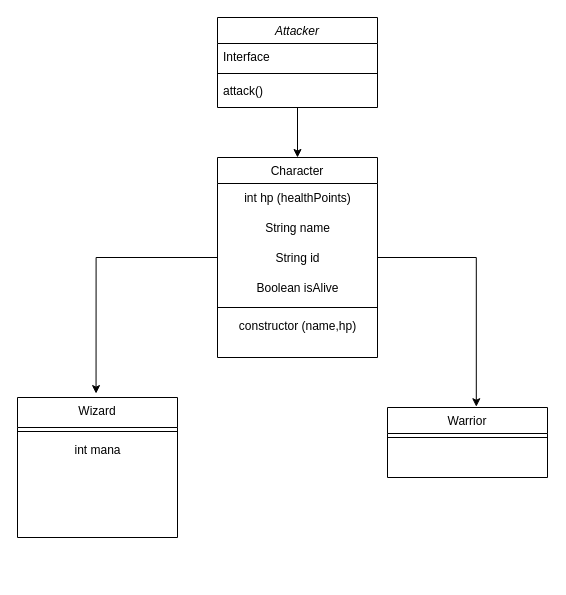
Earlier version of the draw.io diagram iron-battle.drawio (ironhack-labs/homework-java-ironbattle). Source tidied: cells renumbered, new cells numbered last; positions are measured from the earlier drawing's top-left corner, leaving out a move shared by most shapes. Both pictures are drawn from the tidied source at 100%, with x=0, y=0 at pixel (17, 17).
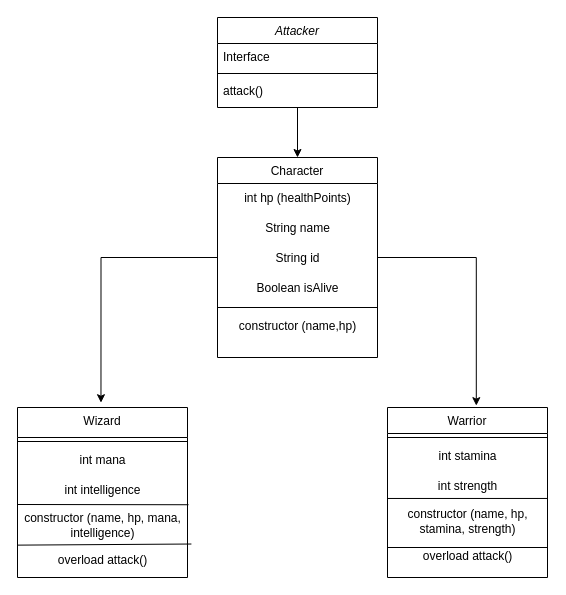
The same page after the edit.

What changed in the source:
```diff
@@
     <mxCell id="7" value="Wizard" style="swimlane;fontStyle=0;align=center;verticalAlign=top;horizontal=1;startSize=30;rounded=0;shadow=0;strokeWidth=1;" parent="1" vertex="1">
-      <mxGeometry y="380" width="160" height="140" as="geometry" />
+      <mxGeometry y="390" width="170" height="170" as="geometry" />
     </mxCell>
     <mxCell id="8" style="line;html=1;strokeWidth=1;align=left;verticalAlign=middle;spacingTop=-1;spacingLeft=3;spacingRight=3;labelPosition=right;" parent="7" vertex="1">
-      <mxGeometry y="30" width="160" height="8" as="geometry" />
+      <mxGeometry y="30" width="170" height="8" as="geometry" />
     </mxCell>
     <mxCell id="9" value="int mana" style="text;html=1;align=center;verticalAlign=middle;strokeColor=none;fillColor=none;" parent="7" vertex="1">
-      <mxGeometry y="38" width="160" height="30" as="geometry" />
+      <mxGeometry y="38" width="170" height="30" as="geometry" />
     </mxCell>
+    <mxCell id="21" style="endArrow=none;html=1;rounded=0;entryX=1.006;entryY=-0.019;entryDx=0;entryDy=0;entryPerimeter=0;" parent="7" edge="1" target="23">
+      <mxGeometry relative="1" as="geometry">
+        <mxPoint y="97" as="sourcePoint" />
+      </mxGeometry>
+    </mxCell>
+    <mxCell id="22" value="int intelligence" style="text;html=1;align=center;verticalAlign=middle;strokeColor=none;fillColor=none;" parent="7" vertex="1">
+      <mxGeometry y="68" width="170" height="30" as="geometry" />
+    </mxCell>
+    <mxCell id="23" value="constructor (name, hp, mana,&lt;br&gt;intelligence)" style="text;html=1;align=center;verticalAlign=middle;points=[];strokeColor=none;fillColor=none;" parent="7" vertex="1">
+      <mxGeometry y="98" width="170" height="40" as="geometry" />
+    </mxCell>
+    <mxCell id="24" value="overload attack()" style="text;html=1;align=center;verticalAlign=middle;points=[];strokeColor=none;fillColor=none;" parent="7" vertex="1">
+      <mxGeometry y="138" width="170" height="30" as="geometry" />
+    </mxCell>
+    <mxCell id="25" style="endArrow=none;html=1;rounded=0;exitX=0.001;exitY=-0.012;exitDx=0;exitDy=0;exitPerimeter=0;entryX=1.023;entryY=-0.049;entryDx=0;entryDy=0;entryPerimeter=0;" parent="7" edge="1" source="24" target="24">
+      <mxGeometry relative="1" as="geometry" />
+    </mxCell>
     <mxCell id="10" value="Warrior" style="swimlane;fontStyle=0;align=center;verticalAlign=top;horizontal=1;startSize=26;rounded=0;shadow=0;strokeWidth=1;" parent="1" vertex="1">
-      <mxGeometry x="370" y="390" width="160" height="70" as="geometry" />
+      <mxGeometry x="370" y="390" width="160" height="170" as="geometry" />
     </mxCell>
@@
+    <mxCell id="26" value="int stamina&lt;br&gt;" style="text;html=1;align=center;verticalAlign=middle;strokeColor=none;fillColor=none;" parent="10" vertex="1">
+      <mxGeometry y="34" width="160" height="30" as="geometry" />
+    </mxCell>
+    <mxCell id="27" value="int strength" style="text;html=1;align=center;verticalAlign=middle;points=[];strokeColor=none;fillColor=none;" parent="10" vertex="1">
+      <mxGeometry y="64" width="160" height="30" as="geometry" />
+    </mxCell>
+    <mxCell id="28" value="constructor (name, hp, &lt;br&gt;stamina, strength)" style="text;html=1;align=center;verticalAlign=middle;points=[];strokeColor=none;fillColor=none;" parent="10" vertex="1">
+      <mxGeometry y="94" width="160" height="40" as="geometry" />
+    </mxCell>
+    <mxCell id="29" style="endArrow=none;html=1;rounded=0;entryX=1;entryY=-0.076;entryDx=0;entryDy=0;entryPerimeter=0;exitX=0.001;exitY=0.899;exitDx=0;exitDy=0;exitPerimeter=0;" parent="10" edge="1" source="27" target="28">
+      <mxGeometry relative="1" as="geometry" />
+    </mxCell>
+    <mxCell id="30" value="overload attack()" style="text;html=1;align=center;verticalAlign=middle;strokeColor=none;fillColor=none;" parent="10" vertex="1">
+      <mxGeometry y="134" width="160" height="30" as="geometry" />
+    </mxCell>
@@
+    <mxCell id="31" style="endArrow=none;html=1;rounded=0;" parent="1" edge="1">
+      <mxGeometry relative="1" as="geometry">
+        <mxPoint x="370" y="530" as="sourcePoint" />
+        <mxPoint x="530" y="530" as="targetPoint" />
+      </mxGeometry>
+    </mxCell>
```
